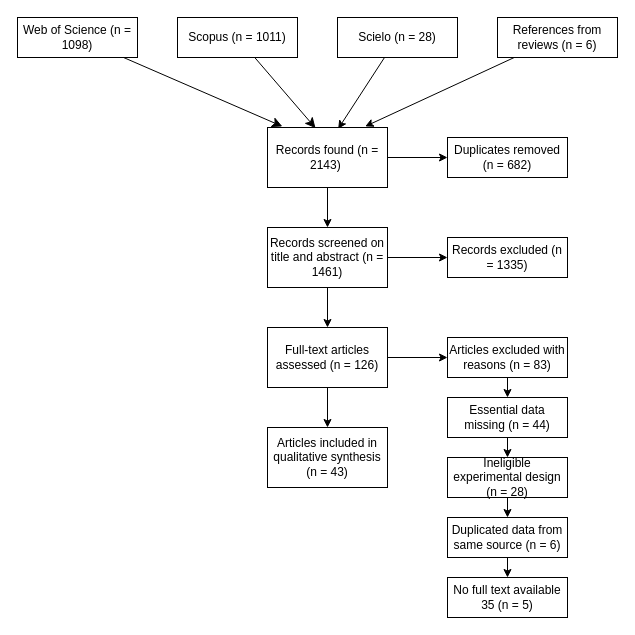
Above: MosquitoReviewFlowChart.drawio in Damian-VA/MosquitoReview (draw.io), before the change. Source tidied: cells renumbered, new cells numbered last; positions are measured from the earlier drawing's top-left corner, leaving out a move shared by most shapes. Both pictures are drawn from the tidied source at 100%, with x=0, y=0 at pixel (17, 17).
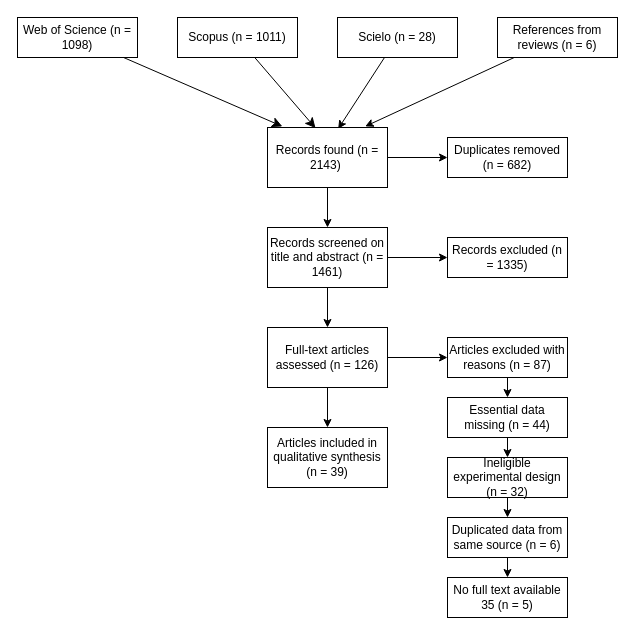
The same page after the edit.

Commit message:
Damián changed to 39 full-text chosen articles (eliminated 2 zoos, 1 bird baited, 1 bird rehab center)

Diff of the diagram source:
```diff
@@
-    <mxCell id="23" value="Articles excluded with reasons (n = 83)" style="rounded=0;whiteSpace=wrap;html=1;" parent="1" vertex="1">
+    <mxCell id="23" value="Articles excluded with reasons (n = 87)" style="rounded=0;whiteSpace=wrap;html=1;" parent="1" vertex="1">
       <mxGeometry x="430" y="320" width="120" height="40" as="geometry" />
     </mxCell>
@@
-    <mxCell id="27" value="Ineligible experimental design (n = 28)" style="rounded=0;whiteSpace=wrap;html=1;" parent="1" vertex="1">
+    <mxCell id="27" value="Ineligible experimental design (n = 32)" style="rounded=0;whiteSpace=wrap;html=1;" parent="1" vertex="1">
       <mxGeometry x="430" y="440" width="120" height="40" as="geometry" />
     </mxCell>
@@
-    <mxCell id="30" value="Articles included in qualitative synthesis (n = 43)" style="rounded=0;whiteSpace=wrap;html=1;" parent="1" vertex="1">
+    <mxCell id="30" value="Articles included in qualitative synthesis (n = 39)" style="rounded=0;whiteSpace=wrap;html=1;" parent="1" vertex="1">
       <mxGeometry x="250" y="410" width="120" height="60" as="geometry" />
     </mxCell>
```
